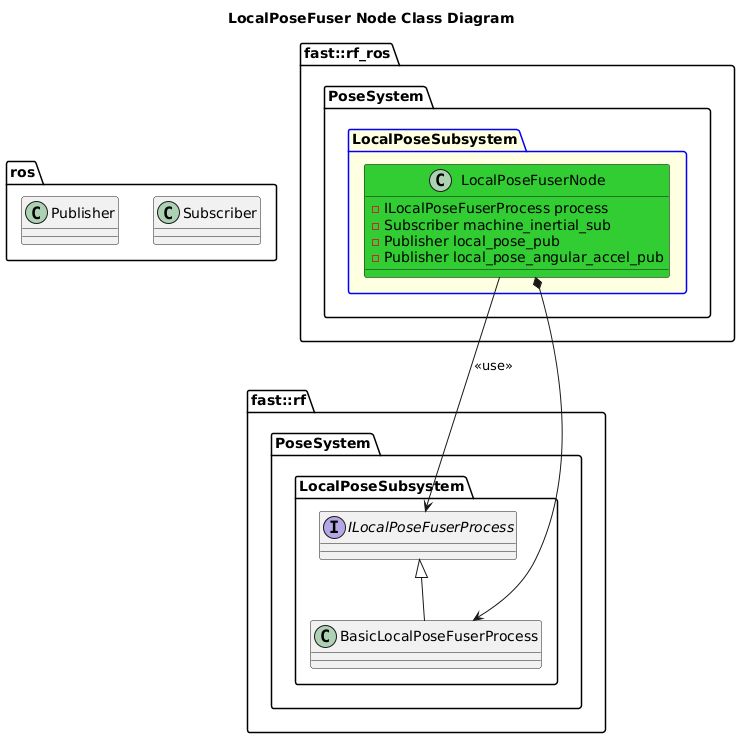
fastrobotics/robot_framework_ros keeps this PlantUML diagram as Systems/Pose/Subsystems/LocalPose/Nodes/LocalPoseFuser/doc/puml/LocalPoseFuserNodeClassDiagram.png. Above is the earlier version.
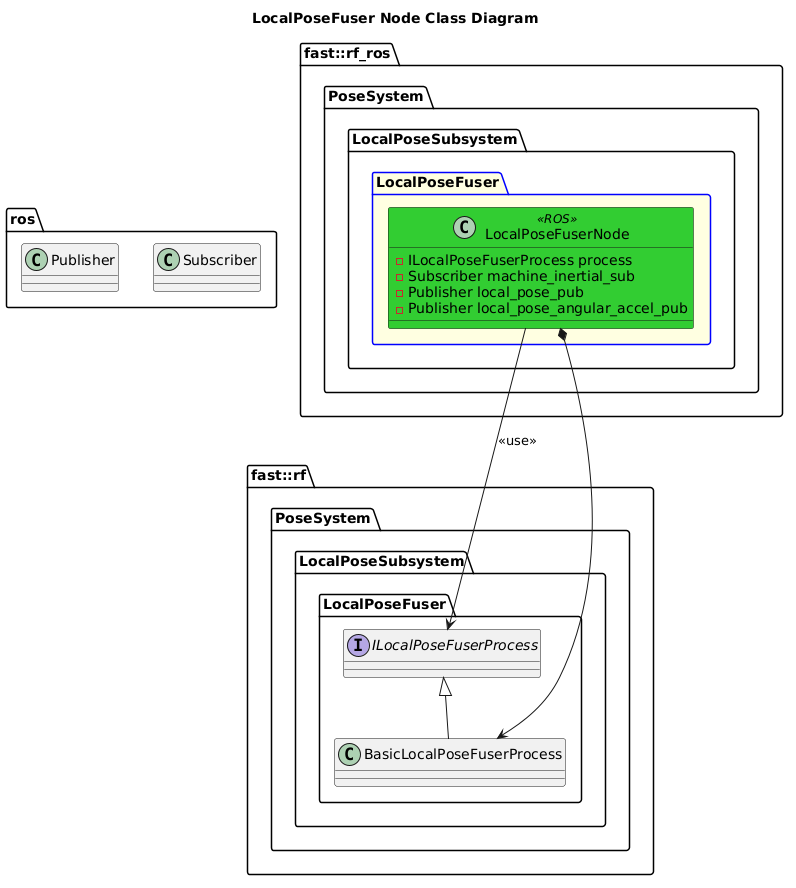
Above is the later version.

Change to the diagram source:
```diff
@@ -8,23 +8,27 @@
 namespace fast::rf {
     namespace PoseSystem {
         namespace LocalPoseSubsystem {
-            interface ILocalPoseFuserProcess
-            class BasicLocalPoseFuserProcess
-            BasicLocalPoseFuserProcess -up-|> ILocalPoseFuserProcess
+            namespace LocalPoseFuser {
+                interface ILocalPoseFuserProcess
+                class BasicLocalPoseFuserProcess
+                BasicLocalPoseFuserProcess -up-|> ILocalPoseFuserProcess
+            }
         }
     }
 }
 namespace fast::rf_ros {
    namespace PoseSystem {
-        package LocalPoseSubsystem #LightYellow;line:blue {
-            class LocalPoseFuserNode #LimeGreen {
-                -ILocalPoseFuserProcess process
-                -Subscriber machine_inertial_sub
-                -Publisher local_pose_pub
-                -Publisher local_pose_angular_accel_pub
+        namespace LocalPoseSubsystem {
+            package LocalPoseFuser #LightYellow;line:blue {
+                class LocalPoseFuserNode <<ROS>> #LimeGreen {
+                    -ILocalPoseFuserProcess process
+                    -Subscriber machine_inertial_sub
+                    -Publisher local_pose_pub
+                    -Publisher local_pose_angular_accel_pub
+                }
+                LocalPoseFuserNode --> ILocalPoseFuserProcess: <<use>>
+                LocalPoseFuserNode *--> BasicLocalPoseFuserProcess
             }
-            LocalPoseFuserNode --> ILocalPoseFuserProcess: <<use>>
-            LocalPoseFuserNode *--> BasicLocalPoseFuserProcess
         }
     }
 }
```
